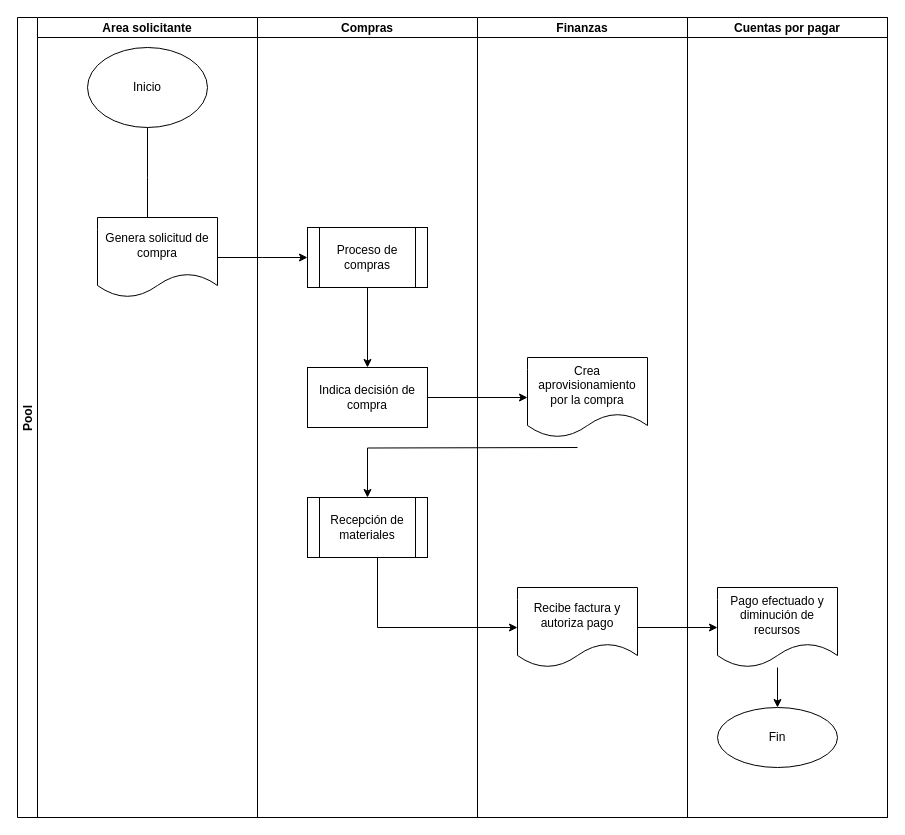
Above: page "Compras" (2 of 4) of Proceso finanzas.drawio in FerAran/Flowchart (draw.io), before the change. Source tidied: cells renumbered, new cells numbered last; positions are measured from the earlier drawing's top-left corner, leaving out a move shared by most shapes. Both pictures are drawn from the tidied source at 100%, with x=0, y=0 at pixel (17, 17).
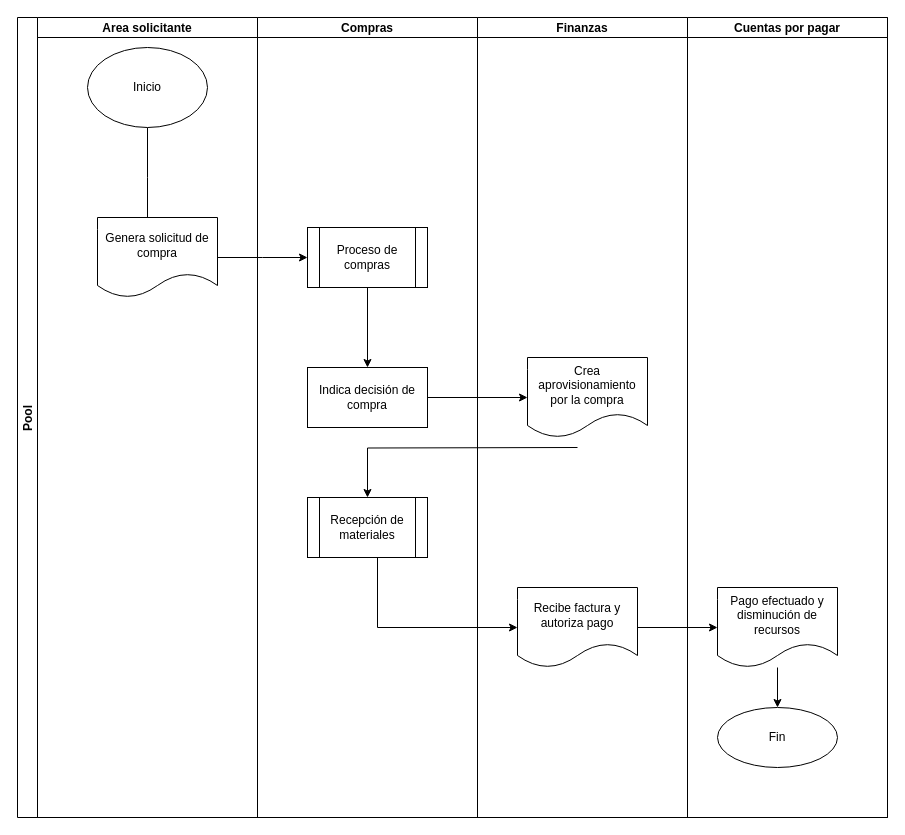
Above is the later version.

The change refers to these unchanged cells:
```xml
<mxCell id="13" value="Cuentas por pagar" style="swimlane;startSize=20;" parent="2" vertex="1">
  <mxGeometry x="670" width="200" height="800" as="geometry" />
</mxCell>
```

What changed in the source:
```diff
@@
-    <mxCell id="16" value="Pago efectuado y diminución de recursos" style="shape=document;whiteSpace=wrap;html=1;boundedLbl=1;" parent="13" vertex="1">
+    <mxCell id="16" value="Pago efectuado y disminución de recursos" style="shape=document;whiteSpace=wrap;html=1;boundedLbl=1;" parent="13" vertex="1">
       <mxGeometry x="30" y="570" width="120" height="80" as="geometry" />
     </mxCell>
```
